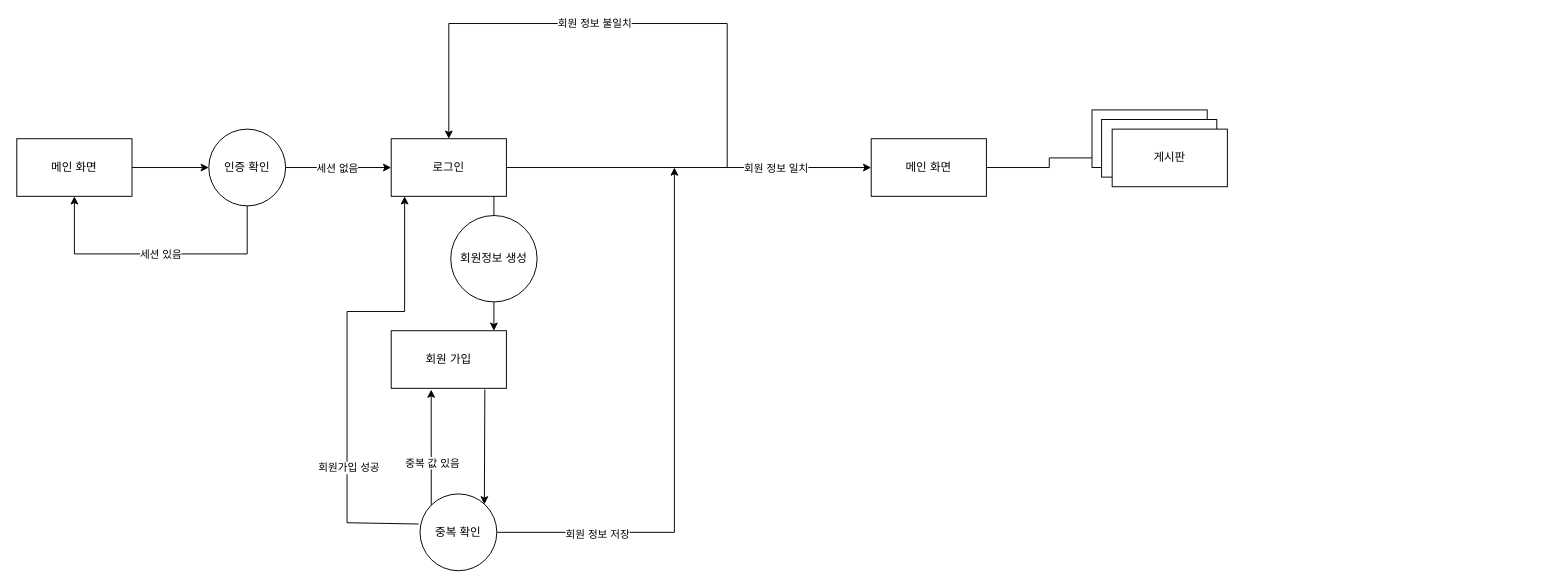
ordem-yoo/my_diagram keeps this draw.io diagram as page "페이지-1" (1 of 3) of jap_it_django_project.drawio. Above is the earlier version. Source tidied: cells renumbered, new cells numbered last; positions are measured from the earlier drawing's top-left corner, leaving out a move shared by most shapes. Both pictures are drawn from the tidied source at 96%, with x=0, y=0 at pixel (16, 23).
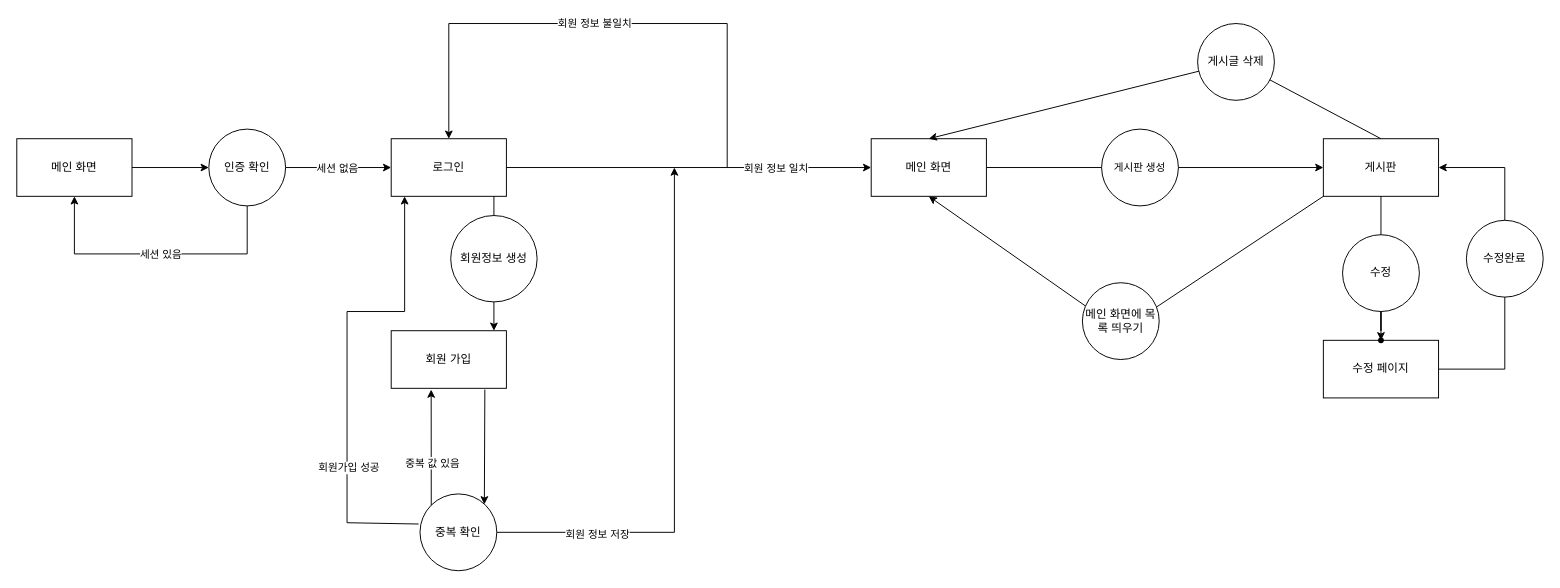
After the change.

The change refers to these unchanged cells:
```xml
<mxCell id="3" value="로그인" style="rounded=0;whiteSpace=wrap;html=1;" parent="1" vertex="1">
  <mxGeometry x="390" y="120" width="120" height="60" as="geometry" />
</mxCell>
```

Change to the diagram source:
```diff
@@
-    <mxCell id="14" style="edgeStyle=orthogonalEdgeStyle;rounded=0;jettySize=auto;html=1;entryX=0;entryY=0.5;entryDx=0;entryDy=0;" parent="1" edge="1" source="15" target="29">
-      <mxGeometry relative="1" as="geometry" />
-    </mxCell>
-    <mxCell id="15" value="메인 화면" style="rounded=0;whiteSpace=wrap;html=1;" parent="1" vertex="1">
-      <mxGeometry x="890" y="120" width="120" height="60" as="geometry" />
-    </mxCell>
@@
-    <mxCell id="20" style="endArrow=classic;html=1;rounded=0;exitX=1;exitY=0.5;exitDx=0;exitDy=0;entryX=0;entryY=0.5;entryDx=0;entryDy=0;" parent="1" edge="1" source="3" target="15">
-      <mxGeometry relative="1" as="geometry" />
+    <mxCell id="20" style="endArrow=classic;html=1;rounded=0;exitX=1;exitY=0.5;exitDx=0;exitDy=0;entryX=0;entryY=0.5;entryDx=0;entryDy=0;" parent="1" edge="1" source="3">
+      <mxGeometry relative="1" as="geometry">
+        <mxPoint x="890" y="150" as="targetPoint" />
+      </mxGeometry>
     </mxCell>
@@
-    <mxCell id="27" style="rounded=0;whiteSpace=wrap;html=1;" parent="1" vertex="1">
-      <mxGeometry x="1120" y="90" width="120" height="60" as="geometry" />
-    </mxCell>
-    <mxCell id="28" style="rounded=0;whiteSpace=wrap;html=1;" parent="1" vertex="1">
-      <mxGeometry x="1130" y="100" width="120" height="60" as="geometry" />
-    </mxCell>
+    <mxCell id="14" style="edgeStyle=orthogonalEdgeStyle;rounded=0;jettySize=auto;html=1;entryX=0;entryY=0.5;entryDx=0;entryDy=0;" parent="1" edge="1" source="15" target="29">
+      <mxGeometry relative="1" as="geometry" />
+    </mxCell>
+    <mxCell id="15" value="메인 화면" style="rounded=0;whiteSpace=wrap;html=1;" parent="1" vertex="1">
+      <mxGeometry x="890" y="120" width="120" height="60" as="geometry" />
+    </mxCell>
+    <mxCell id="30" style="edgeStyle=orthogonalEdgeStyle;rounded=0;jettySize=auto;html=1;startArrow=none;" parent="1" edge="1" source="35" target="34">
+      <mxGeometry relative="1" as="geometry" />
+    </mxCell>
     <mxCell id="29" value="게시판" style="rounded=0;whiteSpace=wrap;html=1;" parent="1" vertex="1">
-      <mxGeometry x="1141" y="110" width="120" height="60" as="geometry" />
+      <mxGeometry x="1361" y="120" width="120" height="60" as="geometry" />
     </mxCell>
+    <mxCell id="31" style="edgeStyle=orthogonalEdgeStyle;rounded=0;jettySize=auto;html=1;exitX=1;exitY=0.5;exitDx=0;exitDy=0;entryX=1;entryY=0.5;entryDx=0;entryDy=0;" parent="1" edge="1" source="32" target="29">
+      <mxGeometry relative="1" as="geometry">
+        <Array as="points">
+          <mxPoint x="1550" y="360" />
+          <mxPoint x="1550" y="150" />
+        </Array>
+      </mxGeometry>
+    </mxCell>
+    <mxCell id="32" value="수정 페이지" style="rounded=0;whiteSpace=wrap;html=1;" parent="1" vertex="1">
+      <mxGeometry x="1361" y="330" width="120" height="60" as="geometry" />
+    </mxCell>
+    <mxCell id="33" value="&lt;span style=&quot;font-size: 11px; background-color: rgb(255, 255, 255);&quot;&gt;게시판 생성&lt;/span&gt;" style="ellipse;whiteSpace=wrap;html=1;" parent="1" vertex="1">
+      <mxGeometry x="1130" y="110" width="80" height="80" as="geometry" />
+    </mxCell>
+    <mxCell id="34" style="shape=waypoint;sketch=0;size=6;points=[];fillColor=default;perimeter=centerPerimeter;snapToPoint=1;rounded=0;" parent="1" vertex="1">
+      <mxGeometry x="1401" y="310" width="40" height="40" as="geometry" />
+    </mxCell>
+    <mxCell id="35" value="수정" style="ellipse;whiteSpace=wrap;html=1;" parent="1" vertex="1">
+      <mxGeometry x="1381" y="220" width="80" height="80" as="geometry" />
+    </mxCell>
+    <mxCell id="36" style="edgeStyle=orthogonalEdgeStyle;rounded=0;jettySize=auto;html=1;endArrow=none;" parent="1" edge="1" source="29" target="35">
+      <mxGeometry relative="1" as="geometry" />
+    </mxCell>
+    <mxCell id="37" value="수정완료" style="ellipse;whiteSpace=wrap;html=1;" parent="1" vertex="1">
+      <mxGeometry x="1510" y="205" width="80" height="80" as="geometry" />
+    </mxCell>
+    <mxCell id="38" style="endArrow=classic;html=1;rounded=0;entryX=0.5;entryY=0;entryDx=0;entryDy=0;exitX=0.5;exitY=0;exitDx=0;exitDy=0;" parent="1" edge="1" source="29" target="15">
+      <mxGeometry relative="1" as="geometry">
+        <Array as="points">
+          <mxPoint x="1270" y="40" />
+        </Array>
+      </mxGeometry>
+    </mxCell>
+    <mxCell id="39" value="게시글 삭제" style="ellipse;whiteSpace=wrap;html=1;" parent="1" vertex="1">
+      <mxGeometry x="1230" width="80" height="80" as="geometry" />
+    </mxCell>
+    <mxCell id="40" style="endArrow=classic;html=1;rounded=0;entryX=0.5;entryY=1;entryDx=0;entryDy=0;exitX=0;exitY=1;exitDx=0;exitDy=0;" parent="1" edge="1" source="29" target="15">
+      <mxGeometry relative="1" as="geometry">
+        <Array as="points">
+          <mxPoint x="1150" y="320" />
+        </Array>
+      </mxGeometry>
+    </mxCell>
+    <mxCell id="41" value="메인 화면에 목록 띄우기&lt;br&gt;" style="ellipse;whiteSpace=wrap;html=1;" parent="1" vertex="1">
+      <mxGeometry x="1110" y="270" width="80" height="80" as="geometry" />
+    </mxCell>
```
